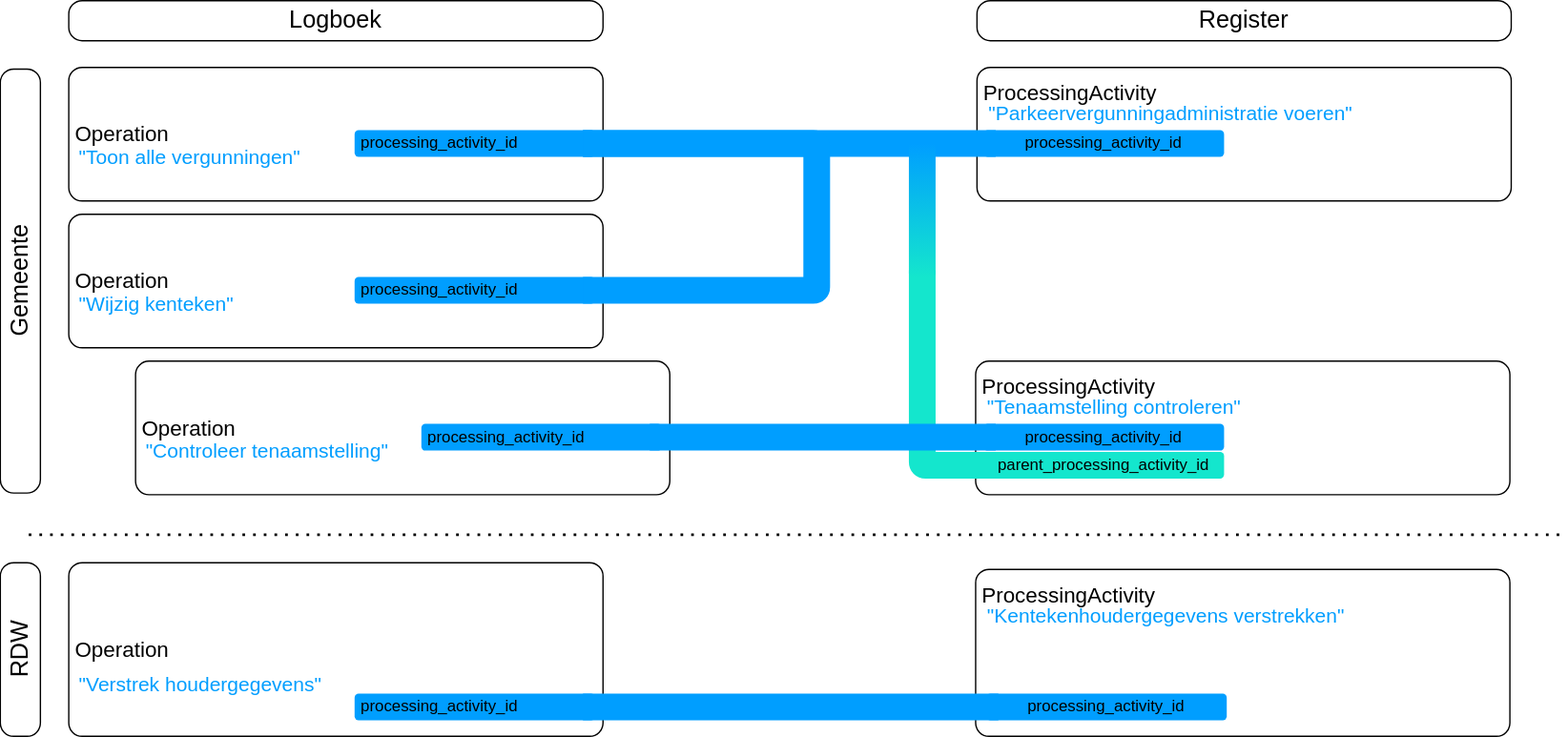
The draw.io diagram media/relatie_logboekelementen_afbeelding11.svg in Logius-standaarden/logboek-dataverwerkingen-inleiding, before a commit. Source tidied: cells renumbered, new cells last; positions are measured from the earlier drawing's top-left corner, leaving out a move shared by most shapes.
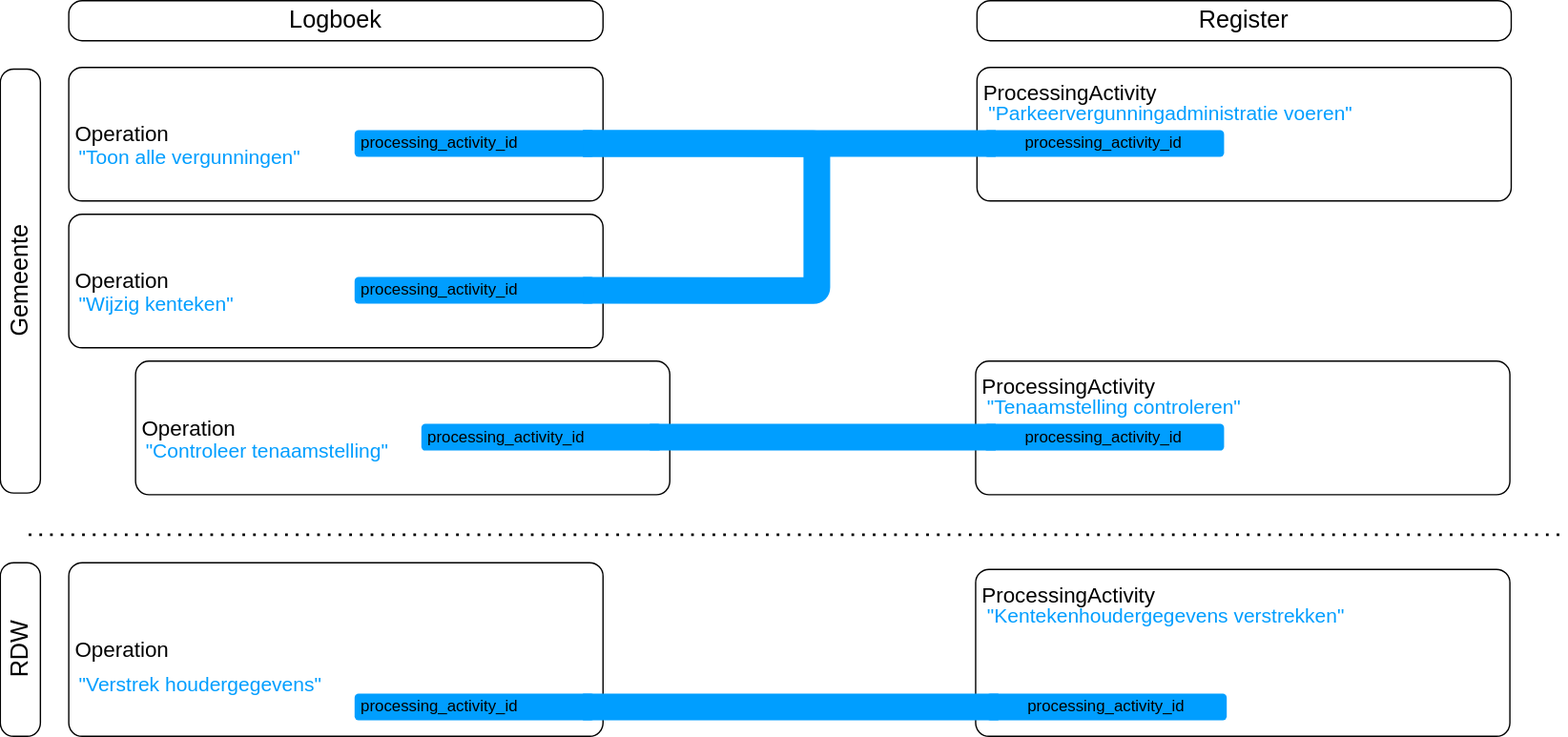
After the commit.

Commit message:
Beheer: verwijder parent_processing_activity_id uit voorbeelden (#62)

Change to the diagram source:
```diff
@@ -53,16 +53,6 @@
     <mxCell id="18" value="processing_activity_id" style="rounded=1;whiteSpace=wrap;html=1;strokeColor=none;fillColor=#009EFF;points=[[0,0,0,0,0],[0,0.25,0,0,0],[0,0.75,0,0,0],[0,1,0,0,0],[0.05,0.5,0,0,0],[0.25,0,0,0,0],[0.25,1,0,0,0],[0.5,0,0,0,0],[0.5,1,0,0,0],[0.75,0,0,0,0],[0.75,1,0,0,0],[0.95,0.5,0,0,0],[1,0,0,0,0],[1,0.25,0,0,0],[1,0.75,0,0,0],[1,1,0,0,0]];align=center;spacing=5;" parent="1" vertex="1">
       <mxGeometry x="880" y="317" width="180" height="20" as="geometry" />
     </mxCell>
-    <mxCell id="19" value="parent_processing_activity_id" style="rounded=1;whiteSpace=wrap;html=1;strokeColor=none;fillColor=#14E6CD;points=[[0,0,0,0,0],[0,0.25,0,0,0],[0,0.75,0,0,0],[0,1,0,0,0],[0.05,0.5,0,0,0],[0.25,0,0,0,0],[0.25,1,0,0,0],[0.5,0,0,0,0],[0.5,1,0,0,0],[0.75,0,0,0,0],[0.75,1,0,0,0],[0.95,0.5,0,0,0],[1,0,0,0,0],[1,0.25,0,0,0],[1,0.75,0,0,0],[1,1,0,0,0]];align=center;spacing=5;gradientColor=none;gradientDirection=east;" parent="1" vertex="1">
-      <mxGeometry x="880" y="338" width="180" height="20" as="geometry" />
-    </mxCell>
-    <mxCell id="20" style="edgeStyle=orthogonalEdgeStyle;rounded=1;jettySize=auto;html=1;entryX=0.05;entryY=0.5;entryDx=0;entryDy=0;entryPerimeter=0;endArrow=none;startFill=0;strokeWidth=20;exitX=0.95;exitY=0.5;exitDx=0;exitDy=0;exitPerimeter=0;strokeColor=#14E6CD;curved=0;arcSize=5;" parent="1" edge="1" source="34" target="19">
-      <mxGeometry relative="1" as="geometry">
-        <Array as="points">
-          <mxPoint x="834" y="348" />
-        </Array>
-      </mxGeometry>
-    </mxCell>
     <mxCell id="21" value="&quot;Tenaamstelling controleren&quot;" style="text;html=1;align=left;verticalAlign=middle;whiteSpace=wrap;rounded=0;fontStyle=0;fontSize=15;fontColor=#009EFF;" parent="1" vertex="1">
       <mxGeometry x="881" y="289" width="374" height="30" as="geometry" />
     </mxCell>
@@ -110,8 +100,5 @@
     <mxCell id="33" style="edgeStyle=orthogonalEdgeStyle;rounded=1;jettySize=auto;html=1;entryX=0.95;entryY=0.5;entryDx=0;entryDy=0;entryPerimeter=0;endArrow=none;startFill=0;strokeWidth=20;exitX=0.05;exitY=0.5;exitDx=0;exitDy=0;exitPerimeter=0;strokeColor=#009EFF;curved=0;arcSize=5;" parent="1" edge="1" source="18" target="10">
       <mxGeometry relative="1" as="geometry" />
     </mxCell>
-    <mxCell id="34" style="rounded=1;whiteSpace=wrap;html=1;strokeColor=none;fillColor=#009EFF;points=[[0,0,0,0,0],[0,0.25,0,0,0],[0,0.75,0,0,0],[0,1,0,0,0],[0.05,0.5,0,0,0],[0.25,0,0,0,0],[0.25,1,0,0,0],[0.5,0,0,0,0],[0.5,1,0,0,0],[0.75,0,0,0,0],[0.75,1,0,0,0],[0.95,0.5,0,0,0],[1,0,0,0,0],[1,0.25,0,0,0],[1,0.75,0,0,0],[1,1,0,0,0]];align=center;spacing=5;gradientColor=#14E6CD;gradientDirection=east;rotation=90;" parent="1" vertex="1">
-      <mxGeometry x="784" y="147" width="100" height="20" as="geometry" />
-    </mxCell>
   </root>
 </mxGraphModel>
```
